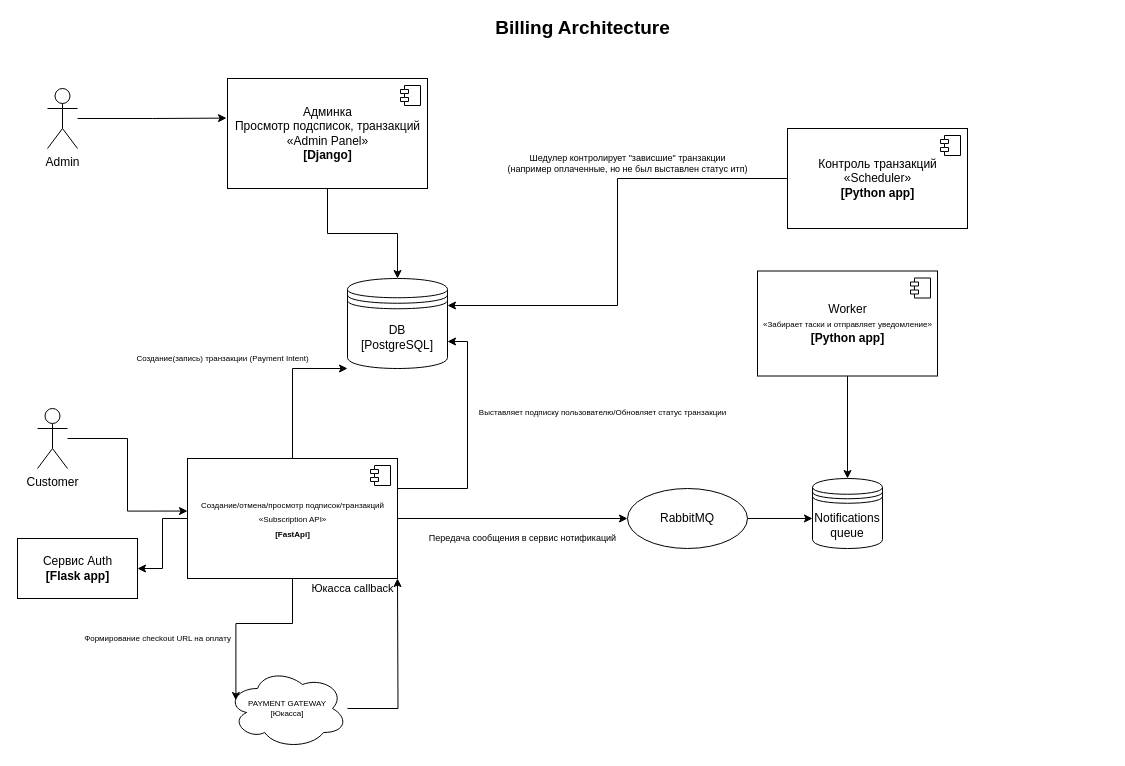
Above: architecture/billing.drawio in netshy/Yookassa-Billing (draw.io), before the change. Source tidied: cells renumbered, new cells numbered last; positions are measured from the earlier drawing's top-left corner, leaving out a move shared by most shapes. Both pictures are drawn from the tidied source at 100%, with x=0, y=0 at pixel (17, 18).
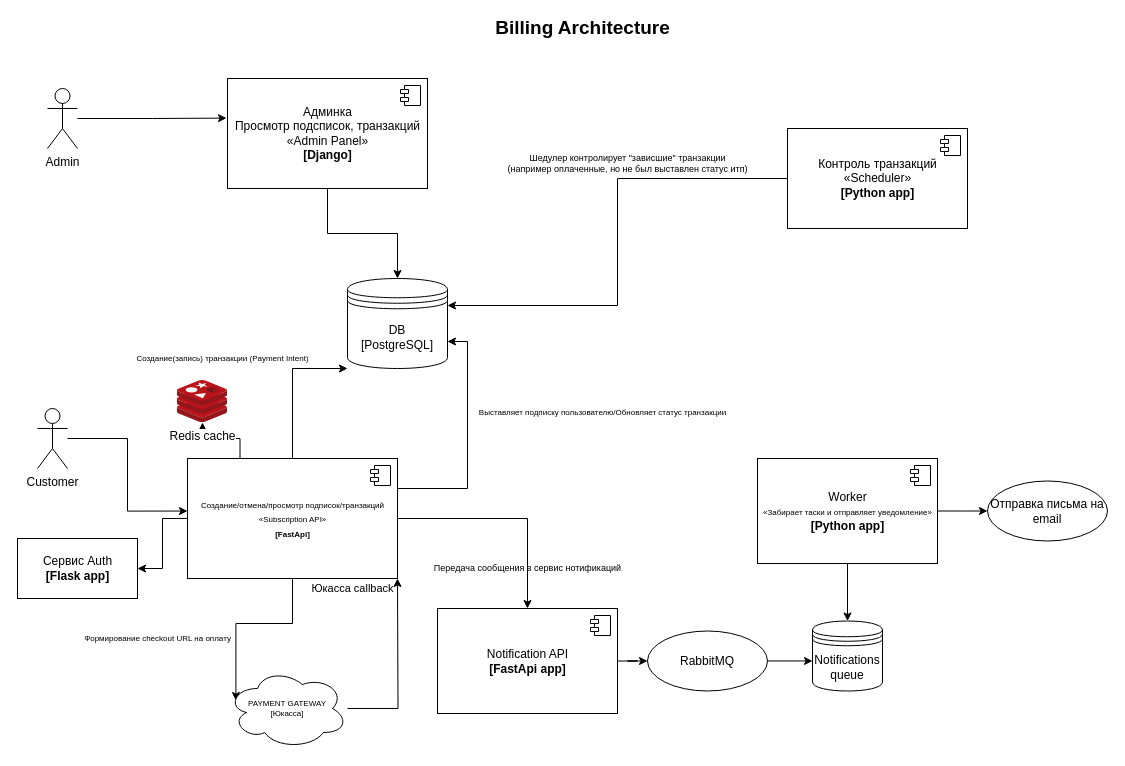
After the change.

Unchanged cells that the change refers to:
```xml
<mxCell id="11" value="&lt;font style=&quot;font-size: 8px;&quot;&gt;Создание/отмена/просмотр подписок/транзакций&lt;br&gt;«Subscription API»&lt;br&gt;&lt;b&gt;[FastApi]&lt;/b&gt;&lt;/font&gt;" style="html=1;" parent="1" vertex="1">
  <mxGeometry x="170" y="440" width="210" height="120" as="geometry" />
</mxCell>
```

What changed in the source:
```diff
@@
-    <mxCell id="8" style="edgeStyle=orthogonalEdgeStyle;rounded=0;jettySize=auto;html=1;exitX=1;exitY=0.5;exitDx=0;exitDy=0;entryX=0;entryY=0.5;entryDx=0;entryDy=0;fontSize=11;" parent="1" edge="1" source="11" target="23">
-      <mxGeometry relative="1" as="geometry" />
-    </mxCell>
@@
+    <mxCell id="36" style="edgeStyle=orthogonalEdgeStyle;rounded=0;jettySize=auto;html=1;exitX=1;exitY=0.5;exitDx=0;exitDy=0;entryX=0.5;entryY=0;entryDx=0;entryDy=0;" parent="1" edge="1" source="11" target="40">
+      <mxGeometry relative="1" as="geometry" />
+    </mxCell>
+    <mxCell id="37" style="edgeStyle=orthogonalEdgeStyle;rounded=0;jettySize=auto;html=1;exitX=0.25;exitY=0;exitDx=0;exitDy=0;" parent="1" edge="1" source="11" target="43">
+      <mxGeometry relative="1" as="geometry" />
+    </mxCell>
@@
     <mxCell id="23" value="&lt;span style=&quot;&quot;&gt;RabbitMQ&lt;/span&gt;" style="ellipse;whiteSpace=wrap;html=1;" parent="1" vertex="1">
-      <mxGeometry x="610" y="470" width="120" height="60" as="geometry" />
+      <mxGeometry x="630" y="612.5" width="120" height="60" as="geometry" />
     </mxCell>
     <mxCell id="24" value="Передача сообщения в сервис нотификаций" style="text;html=1;align=center;verticalAlign=middle;strokeColor=none;fillColor=none;fontSize=9;" parent="1" vertex="1">
-      <mxGeometry x="400" y="510" width="210" height="20" as="geometry" />
+      <mxGeometry x="405" y="540" width="210" height="20" as="geometry" />
     </mxCell>
     <mxCell id="25" value="Notifications&lt;br&gt;queue" style="shape=datastore;whiteSpace=wrap;html=1;" parent="1" vertex="1">
-      <mxGeometry x="795" y="460" width="70" height="70" as="geometry" />
+      <mxGeometry x="795" y="602.5" width="70" height="70" as="geometry" />
     </mxCell>
@@
+    <mxCell id="38" style="edgeStyle=orthogonalEdgeStyle;rounded=0;jettySize=auto;html=1;" parent="1" edge="1" source="27">
+      <mxGeometry relative="1" as="geometry">
+        <mxPoint x="970" y="492.5" as="targetPoint" />
+      </mxGeometry>
+    </mxCell>
     <mxCell id="27" value="Worker&lt;br&gt;&lt;font style=&quot;font-size: 8px;&quot;&gt;«Забирает таски и отправляет уведомление»&lt;br&gt;&lt;/font&gt;&lt;b&gt;[Python app]&lt;/b&gt;" style="html=1;" parent="1" vertex="1">
-      <mxGeometry x="740" y="252.5" width="180" height="105" as="geometry" />
+      <mxGeometry x="740" y="440" width="180" height="105" as="geometry" />
     </mxCell>
@@
+    <mxCell id="39" style="edgeStyle=orthogonalEdgeStyle;rounded=0;jettySize=auto;html=1;" parent="1" edge="1" source="40" target="23">
+      <mxGeometry relative="1" as="geometry" />
+    </mxCell>
+    <mxCell id="40" value="Notification API&lt;font style=&quot;font-size: 8px;&quot;&gt;&lt;br&gt;&lt;/font&gt;&lt;b&gt;[FastApi app]&lt;/b&gt;" style="html=1;" parent="1" vertex="1">
+      <mxGeometry x="420" y="590" width="180" height="105" as="geometry" />
+    </mxCell>
+    <mxCell id="41" style="shape=module;jettyWidth=8;jettyHeight=4;" parent="40" vertex="1">
+      <mxGeometry x="1" width="20" height="20" relative="1" as="geometry">
+        <mxPoint x="-27" y="7" as="offset" />
+      </mxGeometry>
+    </mxCell>
+    <mxCell id="42" value="Отправка письма на email" style="ellipse;whiteSpace=wrap;html=1;" parent="1" vertex="1">
+      <mxGeometry x="970" y="462.5" width="120" height="60" as="geometry" />
+    </mxCell>
+    <mxCell id="43" value="Redis cache" style="sketch=0;html=1;points=[];align=center;image;fontSize=12;image=img/lib/mscae/Cache_Redis_Product.svg;" parent="1" vertex="1">
+      <mxGeometry x="160" y="362" width="50" height="42" as="geometry" />
+    </mxCell>
```
